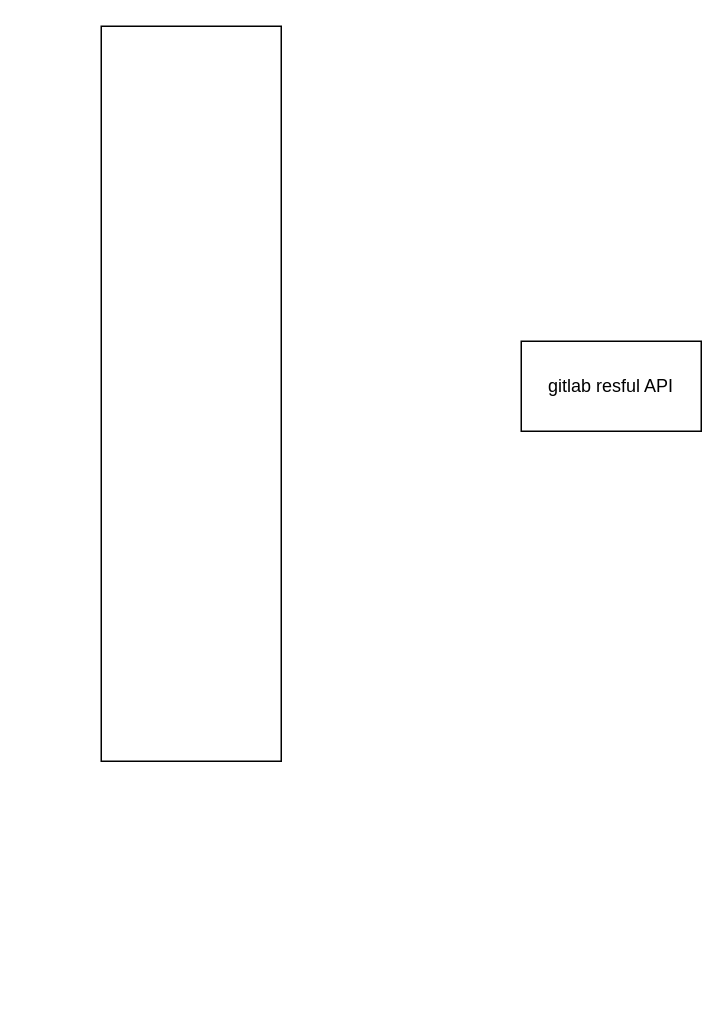
Before: Untitled Diagram.drawio in kkgg123/ROOT, a draw.io diagram. Source tidied: cells renumbered, new cells numbered last; positions are measured from the earlier drawing's top-left corner, leaving out a move shared by most shapes. Both pictures are drawn from the tidied source at 150%, with x=0, y=0 at pixel (100, 26).
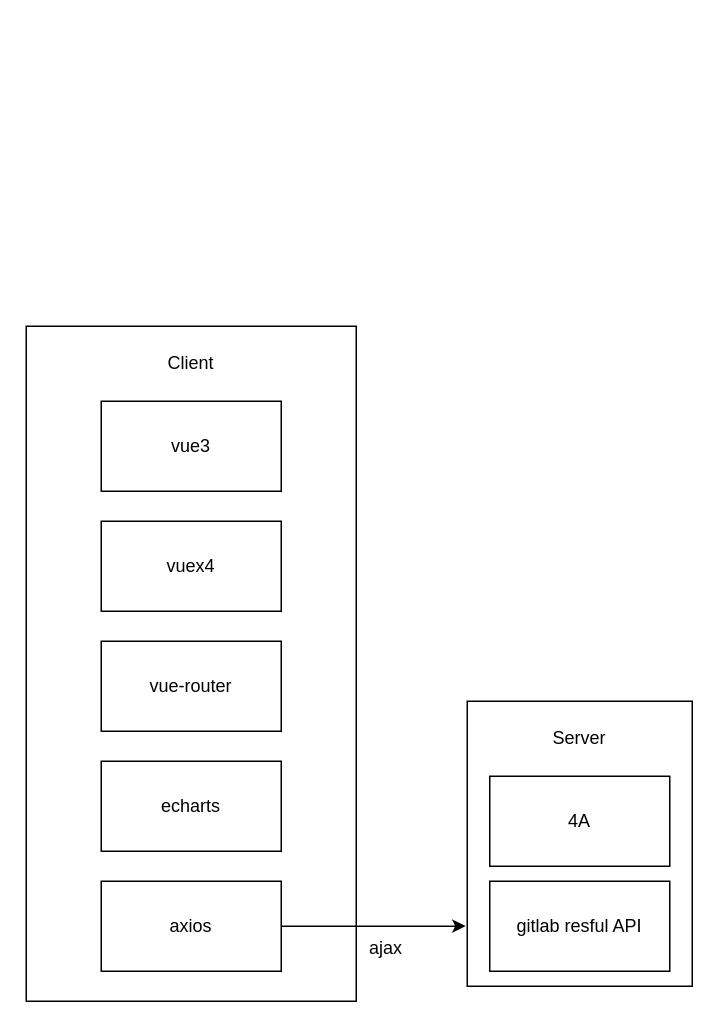
After the change.

Change to the diagram source:
```diff
@@
 <mxGraphModel>
   <root>
     <mxCell id="0" />
     <mxCell id="1" parent="0" />
+    <mxCell id="3" style="rounded=0;whiteSpace=wrap;html=1;" parent="1" vertex="1">
+      <mxGeometry x="244" y="450" width="150" height="190" as="geometry" />
+    </mxCell>
     <mxCell id="2" value="gitlab resful API" style="rounded=0;whiteSpace=wrap;html=1;" parent="1" vertex="1">
-      <mxGeometry x="280" y="210" width="120" height="60" as="geometry" />
+      <mxGeometry x="259" y="570" width="120" height="60" as="geometry" />
     </mxCell>
-    <mxCell id="3" style="rounded=0;whiteSpace=wrap;html=1;" parent="1" vertex="1">
-      <mxGeometry width="120" height="490" as="geometry" />
-    </mxCell>
+    <mxCell id="4" value="4A" style="rounded=0;whiteSpace=wrap;html=1;" parent="1" vertex="1">
+      <mxGeometry x="259" y="500" width="120" height="60" as="geometry" />
+    </mxCell>
+    <mxCell id="5" value="Server" style="text;html=1;strokeColor=none;fillColor=none;align=center;verticalAlign=middle;whiteSpace=wrap;rounded=0;" parent="1" vertex="1">
+      <mxGeometry x="289" y="460" width="60" height="30" as="geometry" />
+    </mxCell>
+    <mxCell id="6" style="rounded=0;whiteSpace=wrap;html=1;" parent="1" vertex="1">
+      <mxGeometry x="-50" y="200" width="220" height="450" as="geometry" />
+    </mxCell>
+    <mxCell id="7" value="Client" style="text;html=1;strokeColor=none;fillColor=none;align=center;verticalAlign=middle;whiteSpace=wrap;rounded=0;" parent="1" vertex="1">
+      <mxGeometry x="30" y="210" width="60" height="30" as="geometry" />
+    </mxCell>
+    <mxCell id="8" value="vue3" style="rounded=0;whiteSpace=wrap;html=1;" parent="1" vertex="1">
+      <mxGeometry y="250" width="120" height="60" as="geometry" />
+    </mxCell>
+    <mxCell id="9" value="vuex4" style="rounded=0;whiteSpace=wrap;html=1;" parent="1" vertex="1">
+      <mxGeometry y="330" width="120" height="60" as="geometry" />
+    </mxCell>
+    <mxCell id="10" value="vue-router" style="rounded=0;whiteSpace=wrap;html=1;" parent="1" vertex="1">
+      <mxGeometry y="410" width="120" height="60" as="geometry" />
+    </mxCell>
+    <mxCell id="11" value="echarts" style="rounded=0;whiteSpace=wrap;html=1;" parent="1" vertex="1">
+      <mxGeometry y="490" width="120" height="60" as="geometry" />
+    </mxCell>
+    <mxCell id="12" style="edgeStyle=orthogonalEdgeStyle;rounded=0;jettySize=auto;html=1;entryX=-0.007;entryY=0.789;entryDx=0;entryDy=0;entryPerimeter=0;" parent="1" edge="1" source="13" target="3">
+      <mxGeometry relative="1" as="geometry" />
+    </mxCell>
+    <mxCell id="13" value="axios" style="rounded=0;whiteSpace=wrap;html=1;" parent="1" vertex="1">
+      <mxGeometry y="570" width="120" height="60" as="geometry" />
+    </mxCell>
+    <mxCell id="14" value="ajax" style="text;html=1;strokeColor=none;fillColor=none;align=center;verticalAlign=middle;whiteSpace=wrap;rounded=0;" parent="1" vertex="1">
+      <mxGeometry x="160" y="600" width="60" height="30" as="geometry" />
+    </mxCell>
   </root>
 </mxGraphModel>
```
